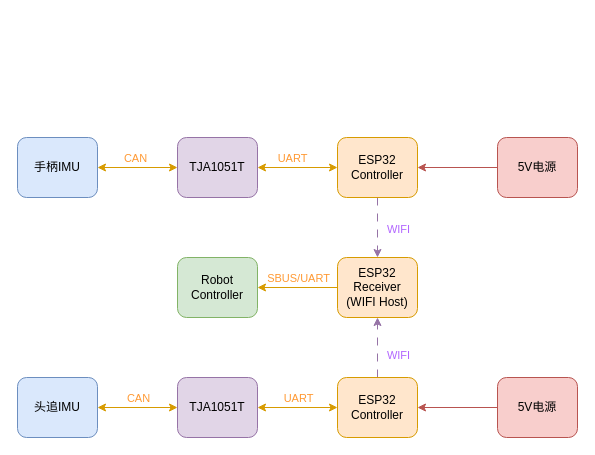
This is images/connect.drawio from LJW0401/IMU_Controller, a draw.io file, before an edit. Source tidied: cells renumbered, new cells numbered last; positions are measured from the earlier drawing's top-left corner, leaving out a move shared by most shapes. Both pictures are drawn from the tidied source at 100%, with x=0, y=0 at pixel (17, 137).
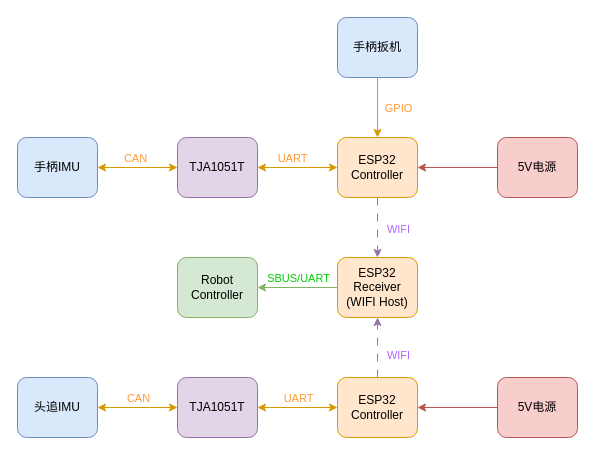
Above is the later version.

The change refers to these unchanged cells:
```xml
<mxCell id="10" value="ESP32&lt;div&gt;Receiver&lt;/div&gt;&lt;div&gt;(WIFI Host)&lt;/div&gt;" style="rounded=1;whiteSpace=wrap;html=1;fillColor=#ffe6cc;strokeColor=#d79b00;" parent="1" vertex="1">
  <mxGeometry x="320" y="120" width="80" height="60" as="geometry" />
</mxCell>
<mxCell id="11" value="Robot&lt;div&gt;Controller&lt;/div&gt;" style="rounded=1;whiteSpace=wrap;html=1;fillColor=#d5e8d4;strokeColor=#82b366;" parent="1" vertex="1">
  <mxGeometry x="160" y="120" width="80" height="60" as="geometry" />
</mxCell>
<mxCell id="14" value="ESP32&lt;div&gt;Controller&lt;/div&gt;" style="whiteSpace=wrap;html=1;rounded=1;fillColor=#ffe6cc;strokeColor=#d79b00;" parent="1" vertex="1">
  <mxGeometry x="320" width="80" height="60" as="geometry" />
</mxCell>
```

What changed in the source:
```diff
@@
-    <mxCell id="8" style="edgeStyle=none;html=1;exitX=0;exitY=0.5;exitDx=0;exitDy=0;entryX=1;entryY=0.5;entryDx=0;entryDy=0;fillColor=#ffe6cc;strokeColor=#d79b00;" parent="1" edge="1" source="10" target="11">
+    <mxCell id="8" style="edgeStyle=none;html=1;exitX=0;exitY=0.5;exitDx=0;exitDy=0;entryX=1;entryY=0.5;entryDx=0;entryDy=0;fillColor=#d5e8d4;strokeColor=#82b366;" parent="1" edge="1" source="10" target="11">
       <mxGeometry relative="1" as="geometry" />
     </mxCell>
-    <mxCell id="9" value="SBUS/UART" style="edgeLabel;html=1;align=center;verticalAlign=middle;fontColor=#FF9933;labelBackgroundColor=none;" parent="8" vertex="1">
+    <mxCell id="9" value="SBUS/UART" style="edgeLabel;html=1;align=center;verticalAlign=middle;fontColor=#00CC00;labelBackgroundColor=none;" parent="8" vertex="1">
       <mxGeometry x="0.05" y="-2" relative="1" as="geometry">
         <mxPoint x="2" y="-8" as="offset" />
       </mxGeometry>
     </mxCell>
@@
+    <mxCell id="28" style="edgeStyle=orthogonalEdgeStyle;html=1;entryX=0.5;entryY=0;entryDx=0;entryDy=0;fillColor=#ffe6cc;strokeColor=#d79b00;" parent="1" edge="1" source="30" target="14">
+      <mxGeometry relative="1" as="geometry" />
+    </mxCell>
+    <mxCell id="29" value="GPIO" style="edgeLabel;html=1;align=center;verticalAlign=middle;fontColor=#FF9933;labelBackgroundColor=none;" parent="28" vertex="1">
+      <mxGeometry x="-0.22" y="2" relative="1" as="geometry">
+        <mxPoint x="18" y="7" as="offset" />
+      </mxGeometry>
+    </mxCell>
+    <mxCell id="30" value="手柄扳机" style="rounded=1;whiteSpace=wrap;html=1;fillColor=#dae8fc;strokeColor=#6c8ebf;" parent="1" vertex="1">
+      <mxGeometry x="320" y="-120" width="80" height="60" as="geometry" />
+    </mxCell>
```
